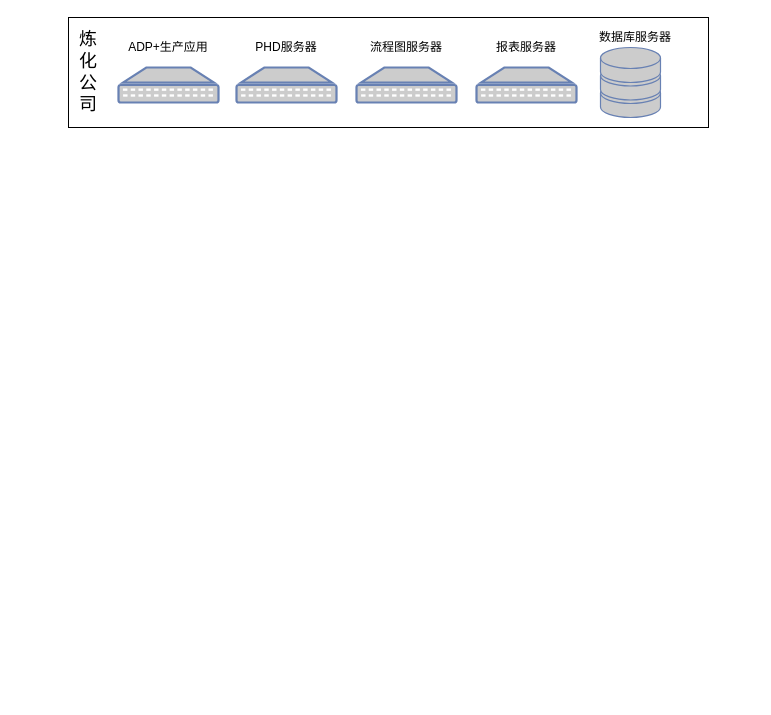
This is supfusion/集群部署/延长石油炼化公司.drawio from publisherfk/diagrams, a draw.io file, before an edit. Source tidied: cells renumbered, new cells numbered last; positions are measured from the earlier drawing's top-left corner, leaving out a move shared by most shapes. Both pictures are drawn from the tidied source at 100%, with x=0, y=0 at pixel (68, 17).
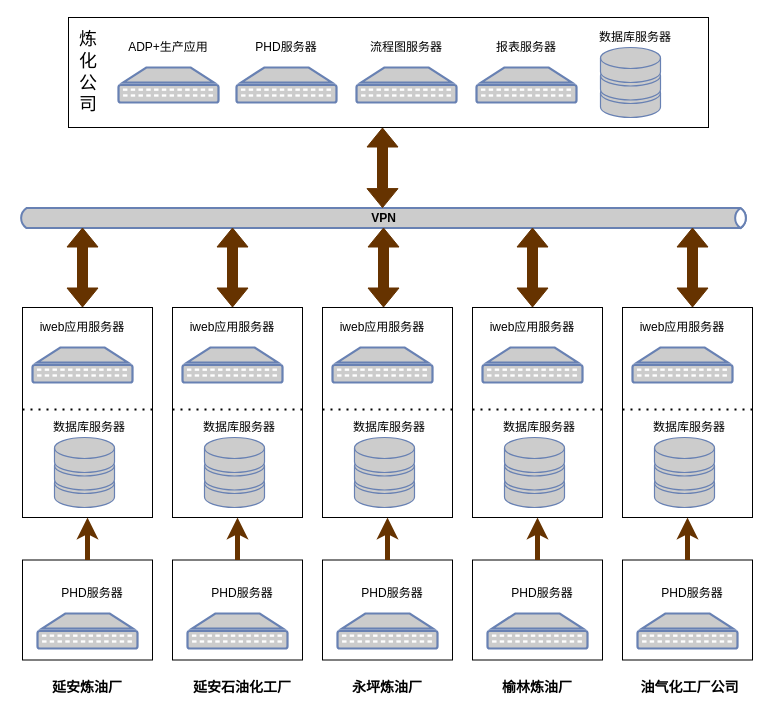
The same diagram, later.

Commit message:
Update 延长石油炼化公司.drawio

What changed in the source:
```diff
@@
+    <mxCell id="14" style="rounded=0;whiteSpace=wrap;html=1;fillColor=none;" parent="1" vertex="1">
+      <mxGeometry x="-46" y="290" width="130" height="210" as="geometry" />
+    </mxCell>
@@
+    <mxCell id="15" value="&lt;font color=&quot;#000000&quot;&gt;&lt;b&gt;VPN&lt;/b&gt;&lt;/font&gt;" style="html=1;fillColor=#CCCCCC;strokeColor=#6881B3;gradientColor=none;gradientDirection=north;strokeWidth=2;shape=mxgraph.networks.bus;gradientColor=none;gradientDirection=north;fontColor=#ffffff;perimeter=backbonePerimeter;backboneSize=20;" parent="1" vertex="1">
+      <mxGeometry x="-50" y="190" width="730" height="21.2" as="geometry" />
+    </mxCell>
+    <mxCell id="16" style="shape=flexArrow;endArrow=classic;startArrow=classic;html=1;entryX=0.5;entryY=1;entryDx=0;entryDy=0;strokeColor=#663300;fillColor=#663300;" parent="1" edge="1">
+      <mxGeometry relative="1" as="geometry">
+        <mxPoint x="314" y="190.6" as="sourcePoint" />
+        <mxPoint x="314" y="110" as="targetPoint" />
+      </mxGeometry>
+    </mxCell>
+    <mxCell id="17" style="fontColor=#0066CC;verticalAlign=top;verticalLabelPosition=bottom;labelPosition=center;align=center;html=1;fillColor=#CCCCCC;strokeColor=#6881B3;gradientColor=none;gradientDirection=north;strokeWidth=2;shape=mxgraph.networks.patch_panel;" parent="1" vertex="1">
+      <mxGeometry x="-36" y="330" width="100" height="35" as="geometry" />
+    </mxCell>
+    <mxCell id="18" value="iweb应用服务器" style="text;html=1;strokeColor=none;fillColor=none;align=center;verticalAlign=middle;whiteSpace=wrap;rounded=0;" parent="1" vertex="1">
+      <mxGeometry x="-31" y="300" width="90" height="20" as="geometry" />
+    </mxCell>
+    <mxCell id="19" style="group;" parent="1" vertex="1">
+      <mxGeometry x="-46" y="543.5" width="130" height="100" as="geometry" />
+    </mxCell>
+    <mxCell id="20" style="fontColor=#0066CC;verticalAlign=top;verticalLabelPosition=bottom;labelPosition=center;align=center;html=1;fillColor=#CCCCCC;strokeColor=#6881B3;gradientColor=none;gradientDirection=north;strokeWidth=2;shape=mxgraph.networks.patch_panel;" parent="19" vertex="1">
+      <mxGeometry x="15" y="52.5" width="100" height="35" as="geometry" />
+    </mxCell>
+    <mxCell id="21" style="group;" parent="19" vertex="1">
+      <mxGeometry width="130" height="100" as="geometry" />
+    </mxCell>
+    <mxCell id="22" style="group;" parent="21" vertex="1">
+      <mxGeometry y="-1" width="130" height="100" as="geometry" />
+    </mxCell>
+    <mxCell id="23" style="rounded=0;whiteSpace=wrap;html=1;fillColor=none;" parent="22" vertex="1">
+      <mxGeometry width="130" height="100" as="geometry" />
+    </mxCell>
+    <mxCell id="24" value="PHD服务器" style="text;html=1;strokeColor=none;fillColor=none;align=center;verticalAlign=middle;whiteSpace=wrap;rounded=0;" parent="22" vertex="1">
+      <mxGeometry x="25" y="23.5" width="90" height="20" as="geometry" />
+    </mxCell>
+    <mxCell id="25" style="fontColor=#0066CC;verticalAlign=top;verticalLabelPosition=bottom;labelPosition=center;align=center;html=1;fillColor=#CCCCCC;strokeColor=#6881B3;gradientColor=none;gradientDirection=north;strokeWidth=2;shape=mxgraph.networks.storage;" parent="1" vertex="1">
+      <mxGeometry x="-14" y="420" width="60" height="70" as="geometry" />
+    </mxCell>
+    <mxCell id="26" value="数据库服务器" style="text;html=1;strokeColor=none;fillColor=none;align=center;verticalAlign=middle;whiteSpace=wrap;rounded=0;" parent="1" vertex="1">
+      <mxGeometry x="-24" y="400" width="90" height="20" as="geometry" />
+    </mxCell>
+    <mxCell id="27" style="edgeStyle=orthogonalEdgeStyle;rounded=0;jettySize=auto;html=1;strokeColor=#663300;fillColor=#663300;strokeWidth=5;" parent="1" edge="1" source="23" target="14">
+      <mxGeometry relative="1" as="geometry" />
+    </mxCell>
+    <mxCell id="28" style="endArrow=none;dashed=1;html=1;dashPattern=1 3;strokeWidth=2;fillColor=#663300;" parent="1" edge="1">
+      <mxGeometry relative="1" as="geometry">
+        <mxPoint x="-46" y="392" as="sourcePoint" />
+        <mxPoint x="84" y="392" as="targetPoint" />
+      </mxGeometry>
+    </mxCell>
+    <mxCell id="29" value="&lt;b&gt;&lt;font style=&quot;font-size: 14px&quot;&gt;延安炼油厂&lt;/font&gt;&lt;/b&gt;" style="text;html=1;strokeColor=none;fillColor=none;align=center;verticalAlign=middle;whiteSpace=wrap;rounded=0;" parent="1" vertex="1">
+      <mxGeometry x="-21" y="660" width="80" height="20" as="geometry" />
+    </mxCell>
+    <mxCell id="30" style="rounded=0;whiteSpace=wrap;html=1;fillColor=none;" parent="1" vertex="1">
+      <mxGeometry x="104" y="290" width="130" height="210" as="geometry" />
+    </mxCell>
+    <mxCell id="31" style="fontColor=#0066CC;verticalAlign=top;verticalLabelPosition=bottom;labelPosition=center;align=center;html=1;fillColor=#CCCCCC;strokeColor=#6881B3;gradientColor=none;gradientDirection=north;strokeWidth=2;shape=mxgraph.networks.patch_panel;" parent="1" vertex="1">
+      <mxGeometry x="114" y="330" width="100" height="35" as="geometry" />
+    </mxCell>
+    <mxCell id="32" value="iweb应用服务器" style="text;html=1;strokeColor=none;fillColor=none;align=center;verticalAlign=middle;whiteSpace=wrap;rounded=0;" parent="1" vertex="1">
+      <mxGeometry x="119" y="300" width="90" height="20" as="geometry" />
+    </mxCell>
+    <mxCell id="33" style="group;" parent="1" vertex="1">
+      <mxGeometry x="104" y="543.5" width="130" height="100" as="geometry" />
+    </mxCell>
+    <mxCell id="34" style="fontColor=#0066CC;verticalAlign=top;verticalLabelPosition=bottom;labelPosition=center;align=center;html=1;fillColor=#CCCCCC;strokeColor=#6881B3;gradientColor=none;gradientDirection=north;strokeWidth=2;shape=mxgraph.networks.patch_panel;" parent="33" vertex="1">
+      <mxGeometry x="15" y="52.5" width="100" height="35" as="geometry" />
+    </mxCell>
+    <mxCell id="35" style="group;" parent="33" vertex="1">
+      <mxGeometry width="130" height="100" as="geometry" />
+    </mxCell>
+    <mxCell id="36" style="group;" parent="35" vertex="1">
+      <mxGeometry y="-1" width="130" height="100" as="geometry" />
+    </mxCell>
+    <mxCell id="37" style="rounded=0;whiteSpace=wrap;html=1;fillColor=none;" parent="36" vertex="1">
+      <mxGeometry width="130" height="100" as="geometry" />
+    </mxCell>
+    <mxCell id="38" value="PHD服务器" style="text;html=1;strokeColor=none;fillColor=none;align=center;verticalAlign=middle;whiteSpace=wrap;rounded=0;" parent="36" vertex="1">
+      <mxGeometry x="25" y="23.5" width="90" height="20" as="geometry" />
+    </mxCell>
+    <mxCell id="39" style="fontColor=#0066CC;verticalAlign=top;verticalLabelPosition=bottom;labelPosition=center;align=center;html=1;fillColor=#CCCCCC;strokeColor=#6881B3;gradientColor=none;gradientDirection=north;strokeWidth=2;shape=mxgraph.networks.storage;" parent="1" vertex="1">
+      <mxGeometry x="136" y="420" width="60" height="70" as="geometry" />
+    </mxCell>
+    <mxCell id="40" value="数据库服务器" style="text;html=1;strokeColor=none;fillColor=none;align=center;verticalAlign=middle;whiteSpace=wrap;rounded=0;" parent="1" vertex="1">
+      <mxGeometry x="126" y="400" width="90" height="20" as="geometry" />
+    </mxCell>
+    <mxCell id="41" style="edgeStyle=orthogonalEdgeStyle;rounded=0;jettySize=auto;html=1;strokeColor=#663300;fillColor=#663300;strokeWidth=5;" parent="1" edge="1" source="37" target="30">
+      <mxGeometry relative="1" as="geometry" />
+    </mxCell>
+    <mxCell id="42" style="endArrow=none;dashed=1;html=1;dashPattern=1 3;strokeWidth=2;fillColor=#663300;" parent="1" edge="1">
+      <mxGeometry relative="1" as="geometry">
+        <mxPoint x="104" y="392" as="sourcePoint" />
+        <mxPoint x="234" y="392" as="targetPoint" />
+      </mxGeometry>
+    </mxCell>
+    <mxCell id="43" value="&lt;b&gt;&lt;font style=&quot;font-size: 14px&quot;&gt;延安石油化工厂&lt;/font&gt;&lt;/b&gt;" style="text;html=1;strokeColor=none;fillColor=none;align=center;verticalAlign=middle;whiteSpace=wrap;rounded=0;" parent="1" vertex="1">
+      <mxGeometry x="124" y="660" width="100" height="20" as="geometry" />
+    </mxCell>
+    <mxCell id="44" style="rounded=0;whiteSpace=wrap;html=1;fillColor=none;" parent="1" vertex="1">
+      <mxGeometry x="254" y="290" width="130" height="210" as="geometry" />
+    </mxCell>
+    <mxCell id="45" style="fontColor=#0066CC;verticalAlign=top;verticalLabelPosition=bottom;labelPosition=center;align=center;html=1;fillColor=#CCCCCC;strokeColor=#6881B3;gradientColor=none;gradientDirection=north;strokeWidth=2;shape=mxgraph.networks.patch_panel;" parent="1" vertex="1">
+      <mxGeometry x="264" y="330" width="100" height="35" as="geometry" />
+    </mxCell>
+    <mxCell id="46" value="iweb应用服务器" style="text;html=1;strokeColor=none;fillColor=none;align=center;verticalAlign=middle;whiteSpace=wrap;rounded=0;" parent="1" vertex="1">
+      <mxGeometry x="269" y="300" width="90" height="20" as="geometry" />
+    </mxCell>
+    <mxCell id="47" style="group;" parent="1" vertex="1">
+      <mxGeometry x="254" y="543.5" width="130" height="100" as="geometry" />
+    </mxCell>
+    <mxCell id="48" style="fontColor=#0066CC;verticalAlign=top;verticalLabelPosition=bottom;labelPosition=center;align=center;html=1;fillColor=#CCCCCC;strokeColor=#6881B3;gradientColor=none;gradientDirection=north;strokeWidth=2;shape=mxgraph.networks.patch_panel;" parent="47" vertex="1">
+      <mxGeometry x="15" y="52.5" width="100" height="35" as="geometry" />
+    </mxCell>
+    <mxCell id="49" style="group;" parent="47" vertex="1">
+      <mxGeometry width="130" height="100" as="geometry" />
+    </mxCell>
+    <mxCell id="50" style="group;" parent="49" vertex="1">
+      <mxGeometry y="-1" width="130" height="100" as="geometry" />
+    </mxCell>
+    <mxCell id="51" style="rounded=0;whiteSpace=wrap;html=1;fillColor=none;" parent="50" vertex="1">
+      <mxGeometry width="130" height="100" as="geometry" />
+    </mxCell>
+    <mxCell id="52" value="PHD服务器" style="text;html=1;strokeColor=none;fillColor=none;align=center;verticalAlign=middle;whiteSpace=wrap;rounded=0;" parent="50" vertex="1">
+      <mxGeometry x="25" y="23.5" width="90" height="20" as="geometry" />
+    </mxCell>
+    <mxCell id="53" style="fontColor=#0066CC;verticalAlign=top;verticalLabelPosition=bottom;labelPosition=center;align=center;html=1;fillColor=#CCCCCC;strokeColor=#6881B3;gradientColor=none;gradientDirection=north;strokeWidth=2;shape=mxgraph.networks.storage;" parent="1" vertex="1">
+      <mxGeometry x="286" y="420" width="60" height="70" as="geometry" />
+    </mxCell>
+    <mxCell id="54" value="数据库服务器" style="text;html=1;strokeColor=none;fillColor=none;align=center;verticalAlign=middle;whiteSpace=wrap;rounded=0;" parent="1" vertex="1">
+      <mxGeometry x="276" y="400" width="90" height="20" as="geometry" />
+    </mxCell>
+    <mxCell id="55" style="edgeStyle=orthogonalEdgeStyle;rounded=0;jettySize=auto;html=1;strokeColor=#663300;fillColor=#663300;strokeWidth=5;" parent="1" edge="1" source="51" target="44">
+      <mxGeometry relative="1" as="geometry" />
+    </mxCell>
+    <mxCell id="56" style="endArrow=none;dashed=1;html=1;dashPattern=1 3;strokeWidth=2;fillColor=#663300;" parent="1" edge="1">
+      <mxGeometry relative="1" as="geometry">
+        <mxPoint x="254" y="392" as="sourcePoint" />
+        <mxPoint x="384" y="392" as="targetPoint" />
+      </mxGeometry>
+    </mxCell>
+    <mxCell id="57" value="&lt;b&gt;&lt;font style=&quot;font-size: 14px&quot;&gt;永坪炼油厂&lt;/font&gt;&lt;/b&gt;" style="text;html=1;strokeColor=none;fillColor=none;align=center;verticalAlign=middle;whiteSpace=wrap;rounded=0;" parent="1" vertex="1">
+      <mxGeometry x="279" y="660" width="80" height="20" as="geometry" />
+    </mxCell>
+    <mxCell id="58" style="rounded=0;whiteSpace=wrap;html=1;fillColor=none;" parent="1" vertex="1">
+      <mxGeometry x="404" y="290" width="130" height="210" as="geometry" />
+    </mxCell>
+    <mxCell id="59" style="fontColor=#0066CC;verticalAlign=top;verticalLabelPosition=bottom;labelPosition=center;align=center;html=1;fillColor=#CCCCCC;strokeColor=#6881B3;gradientColor=none;gradientDirection=north;strokeWidth=2;shape=mxgraph.networks.patch_panel;" parent="1" vertex="1">
+      <mxGeometry x="414" y="330" width="100" height="35" as="geometry" />
+    </mxCell>
+    <mxCell id="60" value="iweb应用服务器" style="text;html=1;strokeColor=none;fillColor=none;align=center;verticalAlign=middle;whiteSpace=wrap;rounded=0;" parent="1" vertex="1">
+      <mxGeometry x="419" y="300" width="90" height="20" as="geometry" />
+    </mxCell>
+    <mxCell id="61" style="group;" parent="1" vertex="1">
+      <mxGeometry x="404" y="543.5" width="130" height="100" as="geometry" />
+    </mxCell>
+    <mxCell id="62" style="fontColor=#0066CC;verticalAlign=top;verticalLabelPosition=bottom;labelPosition=center;align=center;html=1;fillColor=#CCCCCC;strokeColor=#6881B3;gradientColor=none;gradientDirection=north;strokeWidth=2;shape=mxgraph.networks.patch_panel;" parent="61" vertex="1">
+      <mxGeometry x="15" y="52.5" width="100" height="35" as="geometry" />
+    </mxCell>
+    <mxCell id="63" style="group;" parent="61" vertex="1">
+      <mxGeometry width="130" height="100" as="geometry" />
+    </mxCell>
+    <mxCell id="64" style="group;" parent="63" vertex="1">
+      <mxGeometry y="-1" width="130" height="100" as="geometry" />
+    </mxCell>
+    <mxCell id="65" style="rounded=0;whiteSpace=wrap;html=1;fillColor=none;" parent="64" vertex="1">
+      <mxGeometry width="130" height="100" as="geometry" />
+    </mxCell>
+    <mxCell id="66" value="PHD服务器" style="text;html=1;strokeColor=none;fillColor=none;align=center;verticalAlign=middle;whiteSpace=wrap;rounded=0;" parent="64" vertex="1">
+      <mxGeometry x="25" y="23.5" width="90" height="20" as="geometry" />
+    </mxCell>
+    <mxCell id="67" style="fontColor=#0066CC;verticalAlign=top;verticalLabelPosition=bottom;labelPosition=center;align=center;html=1;fillColor=#CCCCCC;strokeColor=#6881B3;gradientColor=none;gradientDirection=north;strokeWidth=2;shape=mxgraph.networks.storage;" parent="1" vertex="1">
+      <mxGeometry x="436" y="420" width="60" height="70" as="geometry" />
+    </mxCell>
+    <mxCell id="68" value="数据库服务器" style="text;html=1;strokeColor=none;fillColor=none;align=center;verticalAlign=middle;whiteSpace=wrap;rounded=0;" parent="1" vertex="1">
+      <mxGeometry x="426" y="400" width="90" height="20" as="geometry" />
+    </mxCell>
+    <mxCell id="69" style="edgeStyle=orthogonalEdgeStyle;rounded=0;jettySize=auto;html=1;strokeColor=#663300;fillColor=#663300;strokeWidth=5;" parent="1" edge="1" source="65" target="58">
+      <mxGeometry relative="1" as="geometry" />
+    </mxCell>
+    <mxCell id="70" style="endArrow=none;dashed=1;html=1;dashPattern=1 3;strokeWidth=2;fillColor=#663300;" parent="1" edge="1">
+      <mxGeometry relative="1" as="geometry">
+        <mxPoint x="404" y="392" as="sourcePoint" />
+        <mxPoint x="534" y="392" as="targetPoint" />
+      </mxGeometry>
+    </mxCell>
+    <mxCell id="71" value="&lt;b&gt;&lt;font style=&quot;font-size: 14px&quot;&gt;榆林炼油厂&lt;/font&gt;&lt;/b&gt;" style="text;html=1;strokeColor=none;fillColor=none;align=center;verticalAlign=middle;whiteSpace=wrap;rounded=0;" parent="1" vertex="1">
+      <mxGeometry x="429" y="660" width="80" height="20" as="geometry" />
+    </mxCell>
+    <mxCell id="72" style="rounded=0;whiteSpace=wrap;html=1;fillColor=none;" parent="1" vertex="1">
+      <mxGeometry x="554" y="290" width="130" height="210" as="geometry" />
+    </mxCell>
+    <mxCell id="73" style="fontColor=#0066CC;verticalAlign=top;verticalLabelPosition=bottom;labelPosition=center;align=center;html=1;fillColor=#CCCCCC;strokeColor=#6881B3;gradientColor=none;gradientDirection=north;strokeWidth=2;shape=mxgraph.networks.patch_panel;" parent="1" vertex="1">
+      <mxGeometry x="564" y="330" width="100" height="35" as="geometry" />
+    </mxCell>
+    <mxCell id="74" value="iweb应用服务器" style="text;html=1;strokeColor=none;fillColor=none;align=center;verticalAlign=middle;whiteSpace=wrap;rounded=0;" parent="1" vertex="1">
+      <mxGeometry x="569" y="300" width="90" height="20" as="geometry" />
+    </mxCell>
+    <mxCell id="75" style="group;" parent="1" vertex="1">
+      <mxGeometry x="554" y="543.5" width="130" height="100" as="geometry" />
+    </mxCell>
+    <mxCell id="76" style="fontColor=#0066CC;verticalAlign=top;verticalLabelPosition=bottom;labelPosition=center;align=center;html=1;fillColor=#CCCCCC;strokeColor=#6881B3;gradientColor=none;gradientDirection=north;strokeWidth=2;shape=mxgraph.networks.patch_panel;" parent="75" vertex="1">
+      <mxGeometry x="15" y="52.5" width="100" height="35" as="geometry" />
+    </mxCell>
+    <mxCell id="77" style="group;" parent="75" vertex="1">
+      <mxGeometry width="130" height="100" as="geometry" />
+    </mxCell>
+    <mxCell id="78" style="group;" parent="77" vertex="1">
+      <mxGeometry y="-1" width="130" height="100" as="geometry" />
+    </mxCell>
+    <mxCell id="79" style="rounded=0;whiteSpace=wrap;html=1;fillColor=none;" parent="78" vertex="1">
+      <mxGeometry width="130" height="100" as="geometry" />
+    </mxCell>
+    <mxCell id="80" value="PHD服务器" style="text;html=1;strokeColor=none;fillColor=none;align=center;verticalAlign=middle;whiteSpace=wrap;rounded=0;" parent="78" vertex="1">
+      <mxGeometry x="25" y="23.5" width="90" height="20" as="geometry" />
+    </mxCell>
+    <mxCell id="81" style="fontColor=#0066CC;verticalAlign=top;verticalLabelPosition=bottom;labelPosition=center;align=center;html=1;fillColor=#CCCCCC;strokeColor=#6881B3;gradientColor=none;gradientDirection=north;strokeWidth=2;shape=mxgraph.networks.storage;" parent="1" vertex="1">
+      <mxGeometry x="586" y="420" width="60" height="70" as="geometry" />
+    </mxCell>
+    <mxCell id="82" value="数据库服务器" style="text;html=1;strokeColor=none;fillColor=none;align=center;verticalAlign=middle;whiteSpace=wrap;rounded=0;" parent="1" vertex="1">
+      <mxGeometry x="576" y="400" width="90" height="20" as="geometry" />
+    </mxCell>
+    <mxCell id="83" style="edgeStyle=orthogonalEdgeStyle;rounded=0;jettySize=auto;html=1;strokeColor=#663300;fillColor=#663300;strokeWidth=5;" parent="1" edge="1" source="79" target="72">
+      <mxGeometry relative="1" as="geometry" />
+    </mxCell>
+    <mxCell id="84" style="endArrow=none;dashed=1;html=1;dashPattern=1 3;strokeWidth=2;fillColor=#663300;" parent="1" edge="1">
+      <mxGeometry relative="1" as="geometry">
+        <mxPoint x="554" y="392" as="sourcePoint" />
+        <mxPoint x="684" y="392" as="targetPoint" />
+      </mxGeometry>
+    </mxCell>
+    <mxCell id="85" value="&lt;b&gt;&lt;font style=&quot;font-size: 14px&quot;&gt;油气化工厂公司&lt;/font&gt;&lt;/b&gt;" style="text;html=1;strokeColor=none;fillColor=none;align=center;verticalAlign=middle;whiteSpace=wrap;rounded=0;" parent="1" vertex="1">
+      <mxGeometry x="569" y="660" width="105" height="20" as="geometry" />
+    </mxCell>
+    <mxCell id="86" style="shape=flexArrow;endArrow=classic;startArrow=classic;html=1;entryX=0.5;entryY=1;entryDx=0;entryDy=0;strokeColor=#663300;fillColor=#663300;" parent="1" edge="1">
+      <mxGeometry relative="1" as="geometry">
+        <mxPoint x="14" y="290" as="sourcePoint" />
+        <mxPoint x="14" y="210" as="targetPoint" />
+      </mxGeometry>
+    </mxCell>
+    <mxCell id="87" style="shape=flexArrow;endArrow=classic;startArrow=classic;html=1;entryX=0.5;entryY=1;entryDx=0;entryDy=0;strokeColor=#663300;fillColor=#663300;" parent="1" edge="1">
+      <mxGeometry relative="1" as="geometry">
+        <mxPoint x="164" y="290" as="sourcePoint" />
+        <mxPoint x="164" y="210" as="targetPoint" />
+      </mxGeometry>
+    </mxCell>
+    <mxCell id="88" style="shape=flexArrow;endArrow=classic;startArrow=classic;html=1;entryX=0.5;entryY=1;entryDx=0;entryDy=0;strokeColor=#663300;fillColor=#663300;" parent="1" edge="1">
+      <mxGeometry relative="1" as="geometry">
+        <mxPoint x="315" y="290" as="sourcePoint" />
+        <mxPoint x="315" y="210" as="targetPoint" />
+      </mxGeometry>
+    </mxCell>
+    <mxCell id="89" style="shape=flexArrow;endArrow=classic;startArrow=classic;html=1;entryX=0.5;entryY=1;entryDx=0;entryDy=0;strokeColor=#663300;fillColor=#663300;" parent="1" edge="1">
+      <mxGeometry relative="1" as="geometry">
+        <mxPoint x="464" y="290" as="sourcePoint" />
+        <mxPoint x="464" y="210" as="targetPoint" />
+      </mxGeometry>
+    </mxCell>
+    <mxCell id="90" style="shape=flexArrow;endArrow=classic;startArrow=classic;html=1;entryX=0.5;entryY=1;entryDx=0;entryDy=0;strokeColor=#663300;fillColor=#663300;" parent="1" edge="1">
+      <mxGeometry relative="1" as="geometry">
+        <mxPoint x="624" y="290" as="sourcePoint" />
+        <mxPoint x="624" y="210" as="targetPoint" />
+      </mxGeometry>
+    </mxCell>
```
